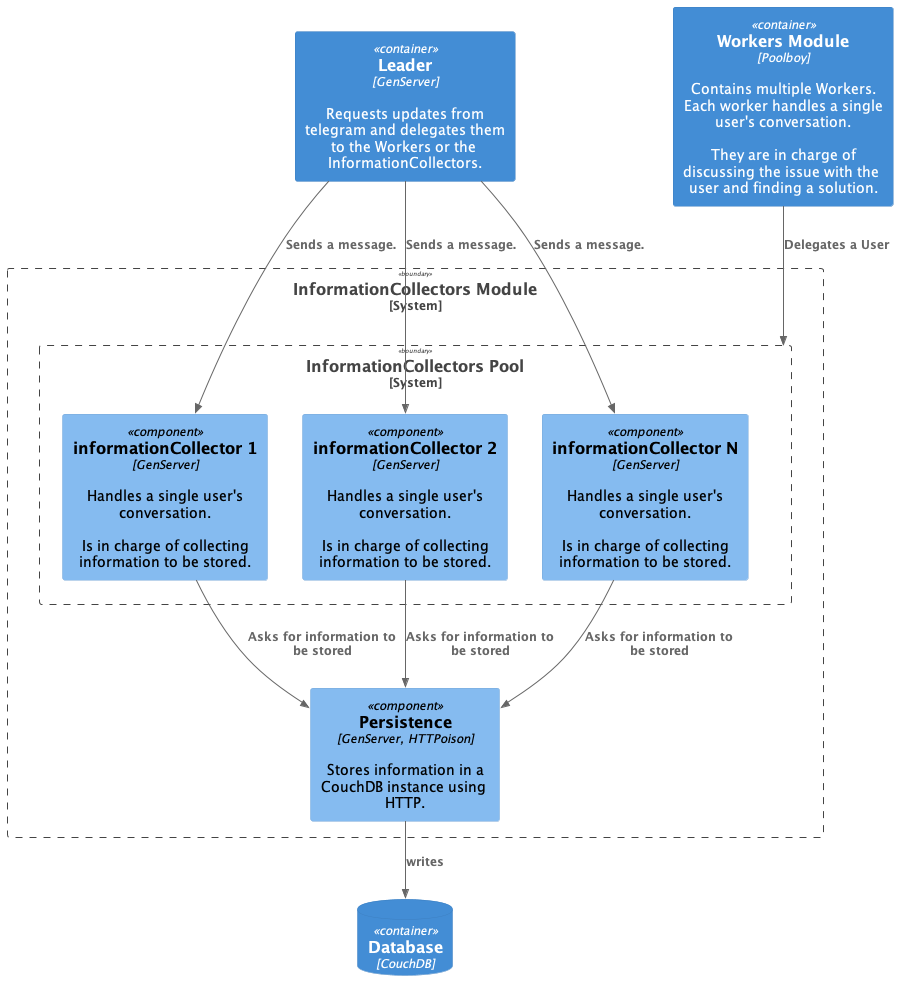
The PlantUML diagram doc/ComponentInformationCollector.png in TsolidarioFG/2024-Ecos-do-Sur, before a commit.
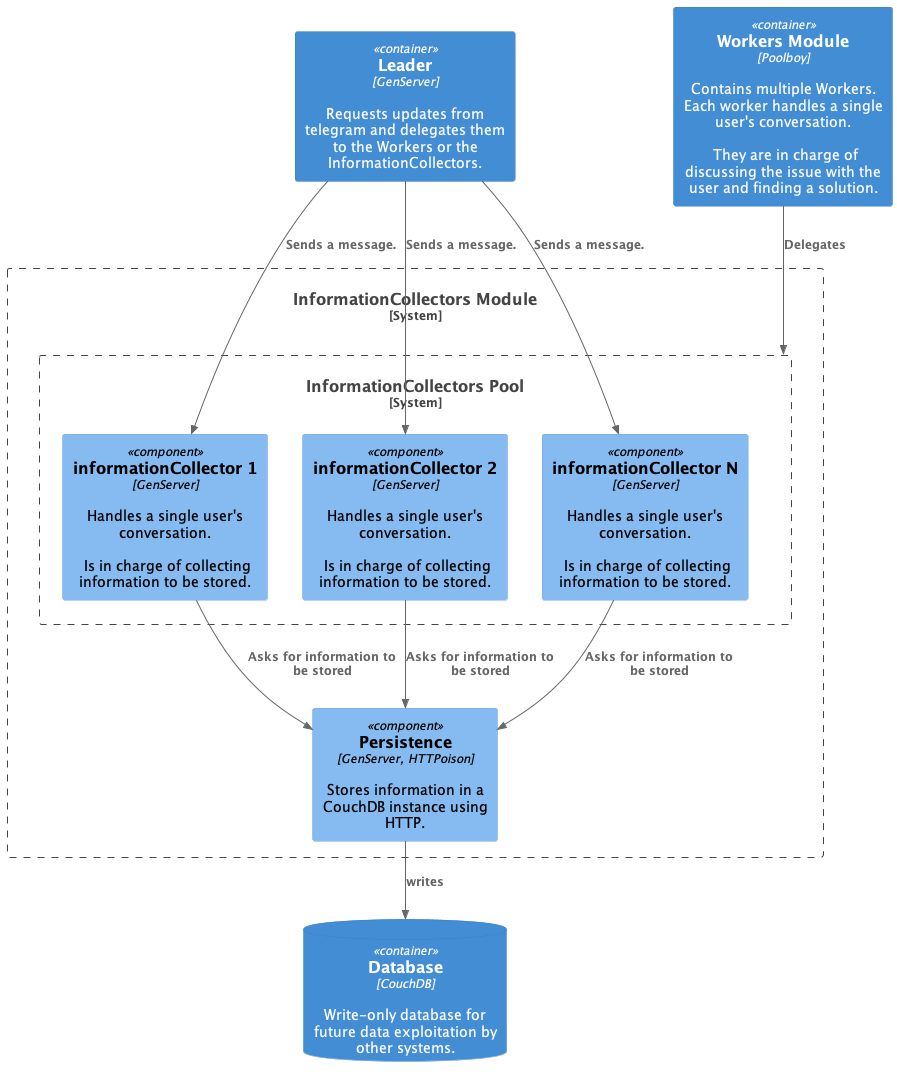
After the change.

The edit, as a diff of the source:
```diff
@@ -11,7 +11,7 @@
     Component(persistence, "Persistence", "GenServer, HTTPoison", "Stores information in a CouchDB instance using HTTP.")
 
 }
-ContainerDb(couchDb, "Database", "CouchDB")
+ContainerDb(couchDb, "Database", "CouchDB", "Write-only database for future data exploitation by other systems.")
 
 
 
@@ -23,7 +23,7 @@
 Rel(informationCollector2, persistence, "Asks for information to be stored")
 Rel(informationCollectorN, persistence, "Asks for information to be stored")
 
-Rel(workers, informationCollectors, "Delegates a User")
+Rel(workers, informationCollectors, "Delegates")
 Rel(persistence, couchDb, "writes")
 
 @enduml
```
